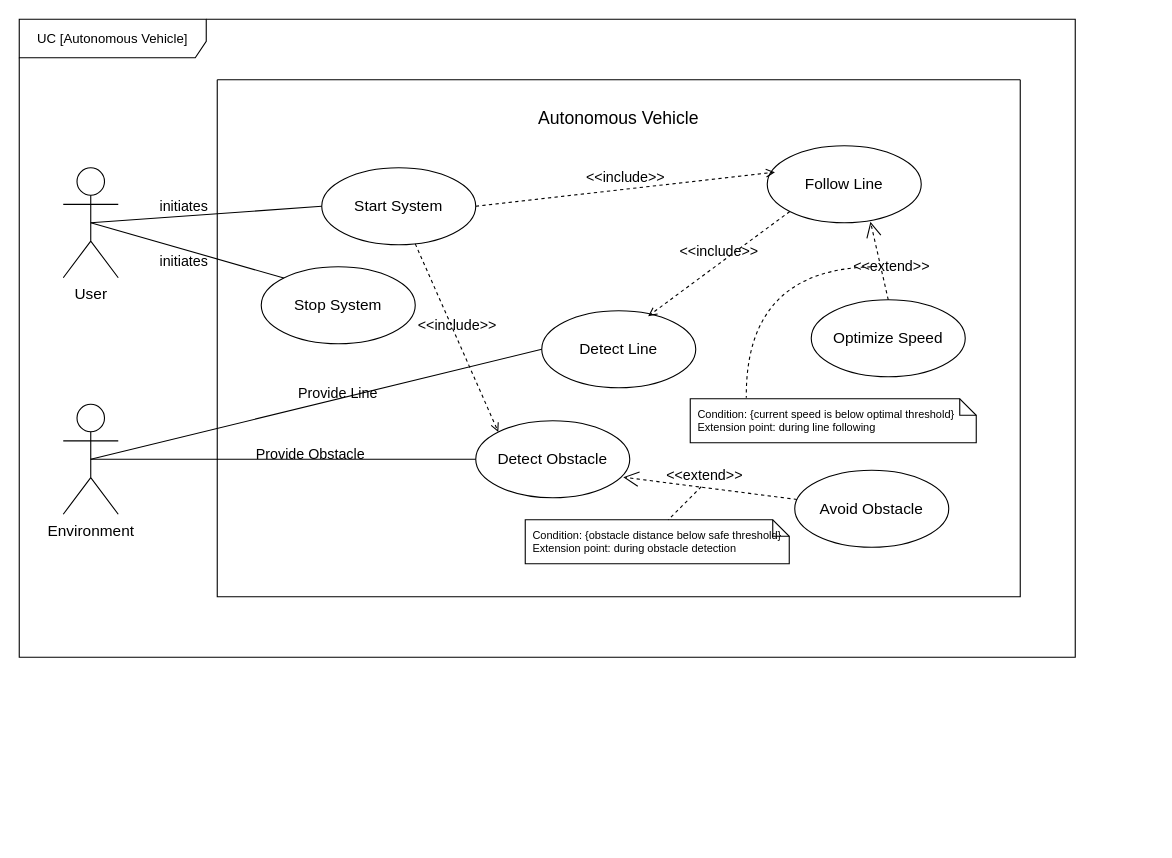
This is SYSML Diagrams/Draw.io Source Files/Autonomous Vehicle UC diagram.drawio from ali-imara/Autonomous-Vehicle, a draw.io file, before an edit. Source tidied: cells renumbered, new cells numbered last; positions are measured from the earlier drawing's top-left corner, leaving out a move shared by most shapes. Both pictures are drawn from the tidied source at 110%, with x=0, y=0 at pixel (19, 19).
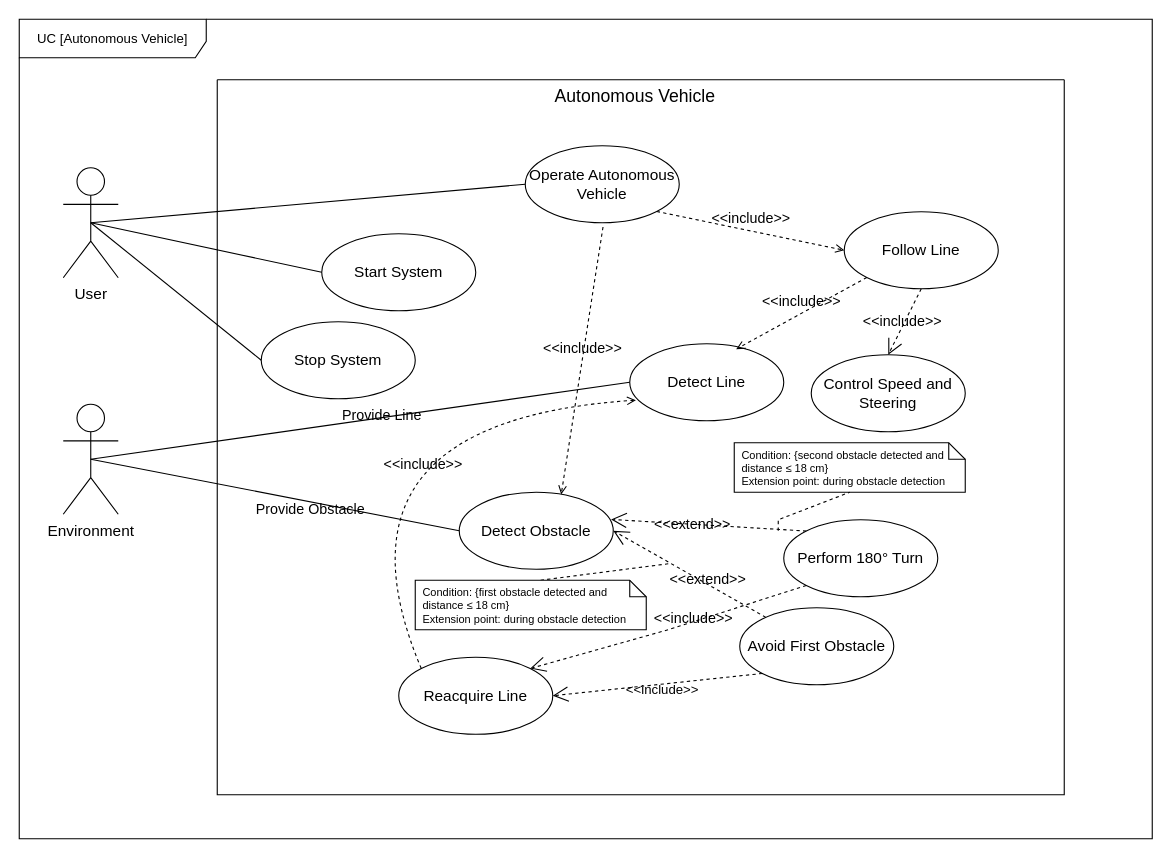
The same diagram, later.

Unchanged cells that the change refers to:
```xml
<mxCell id="24" value="&lt;font style=&quot;font-size: 14px;&quot;&gt;User&lt;/font&gt;" style="shape=umlActor;verticalLabelPosition=bottom;verticalAlign=top;html=1;outlineConnect=0;" parent="1" vertex="1">
  <mxGeometry x="40" y="135" width="50" height="100" as="geometry" />
</mxCell>
```

Change to the diagram source:
```diff
@@
     <mxCell id="2" value="&lt;font&gt;UC [Autonomous Vehicle]&lt;/font&gt;" style="shape=umlFrame;whiteSpace=wrap;html=1;width=170;height=35;" parent="1" vertex="1">
-      <mxGeometry width="960" height="580" as="geometry" />
+      <mxGeometry width="1030" height="745" as="geometry" />
     </mxCell>
     <mxCell id="3" style="swimlane;startSize=0;" parent="1" vertex="1">
-      <mxGeometry x="180" y="55" width="730" height="470" as="geometry" />
+      <mxGeometry x="180" y="55" width="770" height="650" as="geometry" />
     </mxCell>
+    <mxCell id="19" style="edgeStyle=none;html=1;endArrow=none;verticalAlign=bottom;rounded=0;entryX=0;entryY=0.5;entryDx=0;entryDy=0;exitX=0.5;exitY=0.5;exitDx=0;exitDy=0;exitPerimeter=0;" parent="3" edge="1" source="24" target="6">
+      <mxGeometry relative="1" as="geometry" />
+    </mxCell>
     <mxCell id="4" value="&lt;font style=&quot;font-size: 16px;&quot;&gt;Autonomous Vehicle&lt;/font&gt;" style="text;html=1;whiteSpace=wrap;strokeColor=none;fillColor=none;align=center;verticalAlign=middle;rounded=0;" parent="3" vertex="1">
-      <mxGeometry x="255" y="20" width="220" height="30" as="geometry" />
+      <mxGeometry x="270" width="220" height="30" as="geometry" />
     </mxCell>
     <mxCell id="5" value="&lt;font style=&quot;font-size: 14px;&quot;&gt;Start System&lt;/font&gt;" style="ellipse;whiteSpace=wrap;html=1;" parent="3" vertex="1">
-      <mxGeometry x="95" y="80" width="140" height="70" as="geometry" />
+      <mxGeometry x="95" y="140" width="140" height="70" as="geometry" />
     </mxCell>
     <mxCell id="6" value="&lt;font style=&quot;font-size: 14px;&quot;&gt;Stop System&lt;/font&gt;" style="ellipse;whiteSpace=wrap;html=1;" parent="3" vertex="1">
-      <mxGeometry x="40" y="170" width="140" height="70" as="geometry" />
+      <mxGeometry x="40" y="220" width="140" height="70" as="geometry" />
     </mxCell>
     <mxCell id="7" value="&lt;font style=&quot;font-size: 14px;&quot;&gt;Detect Obstacle&lt;/font&gt;" style="ellipse;whiteSpace=wrap;html=1;" parent="3" vertex="1">
-      <mxGeometry x="235" y="310" width="140" height="70" as="geometry" />
+      <mxGeometry x="220" y="375" width="140" height="70" as="geometry" />
     </mxCell>
-    <mxCell id="8" value="&lt;font style=&quot;font-size: 14px;&quot;&gt;Optimize Speed&lt;/font&gt;" style="ellipse;whiteSpace=wrap;html=1;" parent="3" vertex="1">
-      <mxGeometry x="540" y="200" width="140" height="70" as="geometry" />
+    <mxCell id="8" value="&lt;font style=&quot;font-size: 14px;&quot;&gt;Control Speed and Steering&lt;/font&gt;" style="ellipse;whiteSpace=wrap;html=1;" parent="3" vertex="1">
+      <mxGeometry x="540" y="250" width="140" height="70" as="geometry" />
     </mxCell>
     <mxCell id="9" value="&lt;font style=&quot;font-size: 14px;&quot;&gt;Follow Line&lt;/font&gt;" style="ellipse;whiteSpace=wrap;html=1;" parent="3" vertex="1">
-      <mxGeometry x="500" y="60" width="140" height="70" as="geometry" />
+      <mxGeometry x="570" y="120" width="140" height="70" as="geometry" />
     </mxCell>
-    <mxCell id="10" value="&lt;font style=&quot;font-size: 14px;&quot;&gt;Avoid Obstacle&lt;/font&gt;" style="ellipse;whiteSpace=wrap;html=1;" parent="3" vertex="1">
-      <mxGeometry x="525" y="355" width="140" height="70" as="geometry" />
+    <mxCell id="10" value="&lt;font style=&quot;font-size: 14px;&quot;&gt;Avoid First Obstacle&lt;/font&gt;" style="ellipse;whiteSpace=wrap;html=1;" parent="3" vertex="1">
+      <mxGeometry x="475" y="480" width="140" height="70" as="geometry" />
     </mxCell>
     <mxCell id="11" value="&lt;font style=&quot;font-size: 14px;&quot;&gt;Detect Line&lt;/font&gt;" style="ellipse;whiteSpace=wrap;html=1;" parent="3" vertex="1">
-      <mxGeometry x="295" y="210" width="140" height="70" as="geometry" />
+      <mxGeometry x="375" y="240" width="140" height="70" as="geometry" />
     </mxCell>
-    <mxCell id="12" value="&lt;font style=&quot;font-size: 13px;&quot;&gt;&amp;lt;&amp;lt;include&amp;gt;&amp;gt;&lt;/font&gt;" style="edgeStyle=none;html=1;endArrow=open;verticalAlign=bottom;dashed=1;labelBackgroundColor=none;rounded=0;exitX=1;exitY=0.5;exitDx=0;exitDy=0;entryX=0.05;entryY=0.343;entryDx=0;entryDy=0;entryPerimeter=0;" parent="3" edge="1" source="5" target="9">
+    <mxCell id="12" value="&lt;font style=&quot;font-size: 13px;&quot;&gt;&amp;lt;&amp;lt;include&amp;gt;&amp;gt;&lt;/font&gt;" style="edgeStyle=none;html=1;endArrow=open;verticalAlign=bottom;dashed=1;labelBackgroundColor=none;rounded=0;exitX=1;exitY=1;exitDx=0;exitDy=0;entryX=0;entryY=0.5;entryDx=0;entryDy=0;" parent="3" edge="1" source="39" target="9">
       <mxGeometry relative="1" as="geometry" />
     </mxCell>
-    <mxCell id="13" value="&lt;font style=&quot;font-size: 13px;&quot;&gt;&amp;lt;&amp;lt;include&amp;gt;&amp;gt;&lt;/font&gt;" style="edgeStyle=none;html=1;endArrow=open;verticalAlign=bottom;dashed=1;labelBackgroundColor=none;rounded=0;entryX=0;entryY=0;entryDx=0;entryDy=0;" parent="3" edge="1" source="5" target="7">
-      <mxGeometry relative="1" as="geometry" />
-    </mxCell>
@@
-    <mxCell id="15" value="&lt;font style=&quot;font-size: 13px;&quot;&gt;&amp;lt;&amp;lt;extend&amp;gt;&amp;gt;&lt;/font&gt;" style="align=right;html=1;verticalAlign=bottom;rounded=0;labelBackgroundColor=none;endArrow=open;endSize=12;dashed=1;entryX=0.958;entryY=0.733;entryDx=0;entryDy=0;entryPerimeter=0;" parent="3" edge="1" source="10" target="7">
-      <mxGeometry x="-0.39" y="-5" relative="1" as="geometry" />
+    <mxCell id="15" value="&lt;font style=&quot;font-size: 13px;&quot;&gt;&amp;lt;&amp;lt;extend&amp;gt;&amp;gt;&lt;/font&gt;" style="align=right;html=1;verticalAlign=bottom;rounded=0;labelBackgroundColor=none;endArrow=open;endSize=12;dashed=1;entryX=1;entryY=0.5;entryDx=0;entryDy=0;" parent="3" edge="1" source="10" target="7">
+      <mxGeometry x="-0.67" y="-12" relative="1" as="geometry" />
     </mxCell>
-    <mxCell id="16" value="Condition: {obstacle distance below safe threshold}&#10;Extension point: during obstacle detection" style="shape=note;size=15;spacingLeft=5;align=left;whiteSpace=wrap;fontSize=10;" parent="3" vertex="1">
-      <mxGeometry x="280" y="400" width="240" height="40" as="geometry" />
-    </mxCell>
     <mxCell id="17" style="edgeStyle=none;html=1;endArrow=none;rounded=0;labelBackgroundColor=none;dashed=1;entryX=0.542;entryY=0;entryDx=0;entryDy=0;entryPerimeter=0;" parent="3" edge="1" target="16">
       <mxGeometry relative="1" as="geometry">
-        <mxPoint x="440" y="370" as="sourcePoint" />
+        <mxPoint x="410" y="440" as="sourcePoint" />
       </mxGeometry>
     </mxCell>
-    <mxCell id="18" value="&lt;font style=&quot;font-size: 13px;&quot;&gt;&amp;lt;&amp;lt;extend&amp;gt;&amp;gt;&lt;/font&gt;" style="align=right;html=1;verticalAlign=bottom;rounded=0;labelBackgroundColor=none;endArrow=open;endSize=12;dashed=1;entryX=0.67;entryY=0.986;entryDx=0;entryDy=0;exitX=0.5;exitY=0;exitDx=0;exitDy=0;entryPerimeter=0;" parent="3" edge="1" source="8" target="9">
-      <mxGeometry x="-0.71" y="-43" relative="1" as="geometry" />
+    <mxCell id="18" value="&lt;font style=&quot;font-size: 13px;&quot;&gt;&amp;lt;&amp;lt;include&amp;gt;&amp;gt;&lt;/font&gt;" style="align=right;html=1;verticalAlign=bottom;rounded=0;labelBackgroundColor=none;endArrow=open;endSize=12;dashed=1;entryX=0.5;entryY=0;entryDx=0;entryDy=0;exitX=0.5;exitY=1;exitDx=0;exitDy=0;" parent="3" edge="1" source="9" target="8">
+      <mxGeometry x="-0.2" y="36" relative="1" as="geometry" />
     </mxCell>
-    <mxCell id="19" style="edgeStyle=none;html=1;endArrow=none;verticalAlign=bottom;rounded=0;entryX=0;entryY=0;entryDx=0;entryDy=0;exitX=0.5;exitY=0.5;exitDx=0;exitDy=0;exitPerimeter=0;" parent="3" edge="1" source="24" target="6">
-      <mxGeometry relative="1" as="geometry" />
-    </mxCell>
     <mxCell id="20" value="&lt;font style=&quot;font-size: 13px;&quot;&gt;Provide Obstacle&lt;/font&gt;" style="text;html=1;whiteSpace=wrap;strokeColor=none;fillColor=none;align=center;verticalAlign=middle;rounded=0;" parent="3" vertex="1">
-      <mxGeometry x="30" y="325" width="110" height="30" as="geometry" />
+      <mxGeometry x="30" y="375" width="110" height="30" as="geometry" />
     </mxCell>
     <mxCell id="21" value="&lt;font style=&quot;font-size: 13px;&quot;&gt;Provide Line&lt;/font&gt;" style="text;html=1;whiteSpace=wrap;strokeColor=none;fillColor=none;align=center;verticalAlign=middle;rounded=0;" parent="3" vertex="1">
-      <mxGeometry x="55" y="270" width="110" height="30" as="geometry" />
+      <mxGeometry x="95" y="290" width="110" height="30" as="geometry" />
     </mxCell>
-    <mxCell id="22" value="Condition: {current speed is below optimal threshold}&#10;Extension point: during line following" style="shape=note;size=15;spacingLeft=5;align=left;whiteSpace=wrap;fontSize=10;" parent="3" vertex="1">
-      <mxGeometry x="430" y="290" width="260" height="40" as="geometry" />
-    </mxCell>
-    <mxCell id="23" style="edgeStyle=orthogonalEdgeStyle;html=1;endArrow=none;rounded=0;labelBackgroundColor=none;dashed=1;entryX=0.196;entryY=-0.025;entryDx=0;entryDy=0;entryPerimeter=0;curved=1;" parent="3" edge="1" target="22">
-      <mxGeometry relative="1" as="geometry">
-        <mxPoint x="600" y="170" as="sourcePoint" />
-        <Array as="points">
-          <mxPoint x="480" y="170" />
-          <mxPoint x="480" y="289" />
-        </Array>
-      </mxGeometry>
-    </mxCell>
+    <mxCell id="31" value="&lt;font style=&quot;font-size: 14px;&quot;&gt;Reacquire Line&lt;/font&gt;" style="ellipse;whiteSpace=wrap;html=1;" parent="3" vertex="1">
+      <mxGeometry x="165" y="525" width="140" height="70" as="geometry" />
+    </mxCell>
+    <mxCell id="16" value="Condition: {first obstacle detected and distance ≤ 18 cm}&#10;Extension point: during obstacle detection" style="shape=note;size=15;spacingLeft=5;align=left;whiteSpace=wrap;fontSize=10;" parent="3" vertex="1">
+      <mxGeometry x="180" y="455" width="210" height="45" as="geometry" />
+    </mxCell>
+    <mxCell id="32" value="&lt;font style=&quot;font-size: 14px;&quot;&gt;Perform 180° Turn&lt;/font&gt;" style="ellipse;whiteSpace=wrap;html=1;" parent="3" vertex="1">
+      <mxGeometry x="515" y="400" width="140" height="70" as="geometry" />
+    </mxCell>
+    <mxCell id="33" value="&amp;lt;&amp;lt;include&amp;gt;&amp;gt;" style="text;html=1;whiteSpace=wrap;strokeColor=none;fillColor=none;align=center;verticalAlign=middle;rounded=0;" parent="3" vertex="1">
+      <mxGeometry x="375" y="540" width="60" height="30" as="geometry" />
+    </mxCell>
+    <mxCell id="34" value="&lt;font style=&quot;font-size: 13px;&quot;&gt;&amp;lt;&amp;lt;include&amp;gt;&amp;gt;&lt;/font&gt;" style="align=right;html=1;verticalAlign=bottom;rounded=0;labelBackgroundColor=none;endArrow=open;endSize=12;dashed=1;entryX=1;entryY=0.5;entryDx=0;entryDy=0;exitX=0;exitY=1;exitDx=0;exitDy=0;" parent="3" edge="1" source="10" target="31">
+      <mxGeometry x="-0.78" y="-42" relative="1" as="geometry" />
+    </mxCell>
+    <mxCell id="35" style="align=right;html=1;verticalAlign=bottom;rounded=0;labelBackgroundColor=none;endArrow=open;endSize=12;dashed=1;entryX=1;entryY=0;entryDx=0;entryDy=0;exitX=0;exitY=1;exitDx=0;exitDy=0;" parent="3" edge="1" source="32" target="31">
+      <mxGeometry x="-1" y="137" relative="1" as="geometry">
+        <Array as="points">
+          <mxPoint x="410" y="500" />
+        </Array>
+        <mxPoint x="74" y="-64" as="offset" />
+      </mxGeometry>
+    </mxCell>
+    <mxCell id="36" value="&lt;font style=&quot;font-size: 13px;&quot;&gt;&amp;lt;&amp;lt;extend&amp;gt;&amp;gt;&lt;/font&gt;" style="align=right;html=1;verticalAlign=bottom;rounded=0;labelBackgroundColor=none;endArrow=open;endSize=12;dashed=1;entryX=0.986;entryY=0.353;entryDx=0;entryDy=0;exitX=0;exitY=0;exitDx=0;exitDy=0;entryPerimeter=0;" parent="3" edge="1" source="32" target="7">
+      <mxGeometry x="-0.25" y="9" relative="1" as="geometry" />
+    </mxCell>
+    <mxCell id="37" value="Condition: {second obstacle detected and distance ≤ 18 cm}&#10;Extension point: during obstacle detection" style="shape=note;size=15;spacingLeft=5;align=left;whiteSpace=wrap;fontSize=10;" parent="3" vertex="1">
+      <mxGeometry x="470" y="330" width="210" height="45" as="geometry" />
+    </mxCell>
+    <mxCell id="38" style="edgeStyle=none;html=1;endArrow=none;rounded=0;labelBackgroundColor=none;dashed=1;entryX=0.5;entryY=1;entryDx=0;entryDy=0;entryPerimeter=0;" parent="3" edge="1" target="37">
+      <mxGeometry relative="1" as="geometry">
+        <mxPoint x="510" y="410" as="sourcePoint" />
+        <Array as="points">
+          <mxPoint x="510" y="400" />
+        </Array>
+      </mxGeometry>
+    </mxCell>
+    <mxCell id="39" value="&lt;font style=&quot;font-size: 14px;&quot;&gt;Operate Autonomous Vehicle&lt;/font&gt;" style="ellipse;whiteSpace=wrap;html=1;" parent="3" vertex="1">
+      <mxGeometry x="280" y="60" width="140" height="70" as="geometry" />
+    </mxCell>
+    <mxCell id="40" value="&lt;font style=&quot;font-size: 13px;&quot;&gt;&amp;lt;&amp;lt;include&amp;gt;&amp;gt;&lt;/font&gt;" style="edgeStyle=none;html=1;endArrow=open;verticalAlign=bottom;dashed=1;labelBackgroundColor=none;rounded=0;exitX=0.505;exitY=1.055;exitDx=0;exitDy=0;entryX=0.662;entryY=0.029;entryDx=0;entryDy=0;exitPerimeter=0;entryPerimeter=0;" parent="3" edge="1" source="39" target="7">
+      <mxGeometry relative="1" as="geometry" />
+    </mxCell>
+    <mxCell id="41" value="&lt;font style=&quot;font-size: 13px;&quot;&gt;&amp;lt;&amp;lt;include&amp;gt;&amp;gt;&lt;/font&gt;" style="edgeStyle=none;html=1;endArrow=open;verticalAlign=bottom;dashed=1;labelBackgroundColor=none;rounded=0;exitX=0;exitY=0;exitDx=0;exitDy=0;entryX=0.04;entryY=0.733;entryDx=0;entryDy=0;entryPerimeter=0;curved=1;" parent="3" edge="1" source="31" target="11">
+      <mxGeometry x="0.26" y="-56" relative="1" as="geometry">
+        <Array as="points">
+          <mxPoint x="90" y="310" />
+        </Array>
+      </mxGeometry>
+    </mxCell>
@@
-    <mxCell id="27" value="&lt;font style=&quot;font-size: 13px;&quot;&gt;&lt;font style=&quot;&quot;&gt;initia&lt;/font&gt;&lt;font style=&quot;&quot;&gt;tes&lt;/font&gt;&lt;/font&gt;" style="text;html=1;whiteSpace=wrap;strokeColor=none;fillColor=none;align=center;verticalAlign=middle;rounded=0;" parent="1" vertex="1">
-      <mxGeometry x="120" y="155" width="60" height="30" as="geometry" />
-    </mxCell>
@@
-    <mxCell id="29" value="&lt;font style=&quot;font-size: 13px;&quot;&gt;initiates&lt;/font&gt;" style="text;html=1;whiteSpace=wrap;strokeColor=none;fillColor=none;align=center;verticalAlign=middle;rounded=0;" parent="1" vertex="1">
-      <mxGeometry x="120" y="205" width="60" height="30" as="geometry" />
-    </mxCell>
@@
+    <mxCell id="42" style="edgeStyle=none;html=1;endArrow=none;verticalAlign=bottom;rounded=0;exitX=0.5;exitY=0.5;exitDx=0;exitDy=0;entryX=0;entryY=0.5;entryDx=0;entryDy=0;exitPerimeter=0;" parent="1" edge="1" source="24" target="39">
+      <mxGeometry relative="1" as="geometry" />
+    </mxCell>
```
